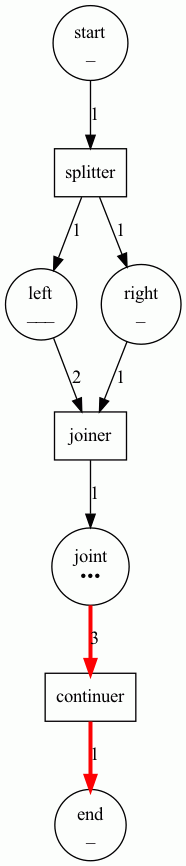
Above: step3.png in iandebeer/castanet (Graphviz), before the change. Its source is kept beside it as step3.dot. Its diagram source:
```dot
digraph G {
1 [label="start\n_\n" shape=circle]
2 [label="left\n___\n" shape=circle]
3 [label="right\n_\n" shape=circle]
4 [label="joint\n•••\n" shape=circle]
5 [label="end\n_\n" shape=circle]
6 [label="splitter" shape=box]
7 [label="joiner" shape=box]
8 [label="continuer" shape=box]

1 -> 6 [label="1" ]
2 -> 7 [label="2" ]
3 -> 7 [label="1" ]
4 -> 8 [label="3" ,color=red,penwidth=3.0]
6 -> 2 [label="1" ]
6 -> 3 [label="1" ]
7 -> 4 [label="1" ]
8 -> 5 [label="1" ,color=red,penwidth=3.0]
}
```
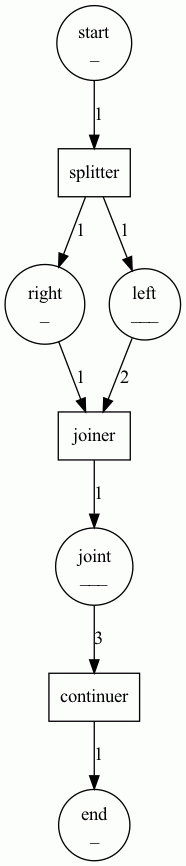
After the commit.

Change to the diagram source:
```diff
@@ -1,19 +1,19 @@
 digraph G {
-1 [label="start\n_\n" shape=circle]
-2 [label="left\n___\n" shape=circle]
-3 [label="right\n_\n" shape=circle]
-4 [label="joint\n•••\n" shape=circle]
-5 [label="end\n_\n" shape=circle]
+0 [label="right\n_\n" shape=circle]
+1 [label="left\n___\n" shape=circle]
+2 [label="end\n_\n" shape=circle]
+3 [label="continuer" shape=box]
+4 [label="joiner" shape=box]
+5 [label="start\n_\n" shape=circle]
 6 [label="splitter" shape=box]
-7 [label="joiner" shape=box]
-8 [label="continuer" shape=box]
+7 [label="joint\n___\n" shape=circle]
 
-1 -> 6 [label="1" ]
-2 -> 7 [label="2" ]
-3 -> 7 [label="1" ]
-4 -> 8 [label="3" ,color=red,penwidth=3.0]
-6 -> 2 [label="1" ]
-6 -> 3 [label="1" ]
-7 -> 4 [label="1" ]
-8 -> 5 [label="1" ,color=red,penwidth=3.0]
+0 -> 4 [label="1" ]
+1 -> 4 [label="2" ]
+3 -> 2 [label="1" ]
+4 -> 7 [label="1" ]
+5 -> 6 [label="1" ]
+6 -> 1 [label="1" ]
+6 -> 0 [label="1" ]
+7 -> 3 [label="3" ]
 }
```
